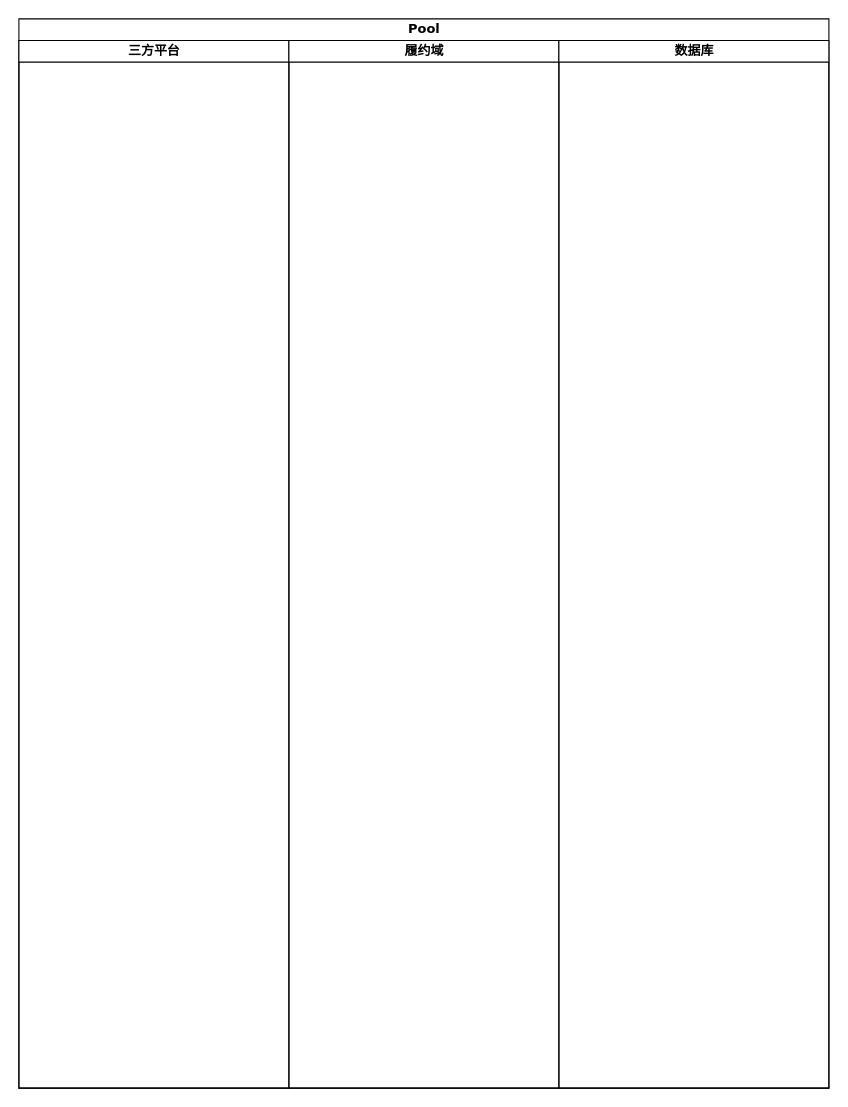
luoping110/student keeps this draw.io diagram as Untitled Diagram.drawio. Above is the earlier version. Source tidied: cells renumbered, new cells numbered last; positions are measured from the earlier drawing's top-left corner, leaving out a move shared by most shapes. Both pictures are drawn from the tidied source at 108%, with x=0, y=0 at pixel (18, 18).
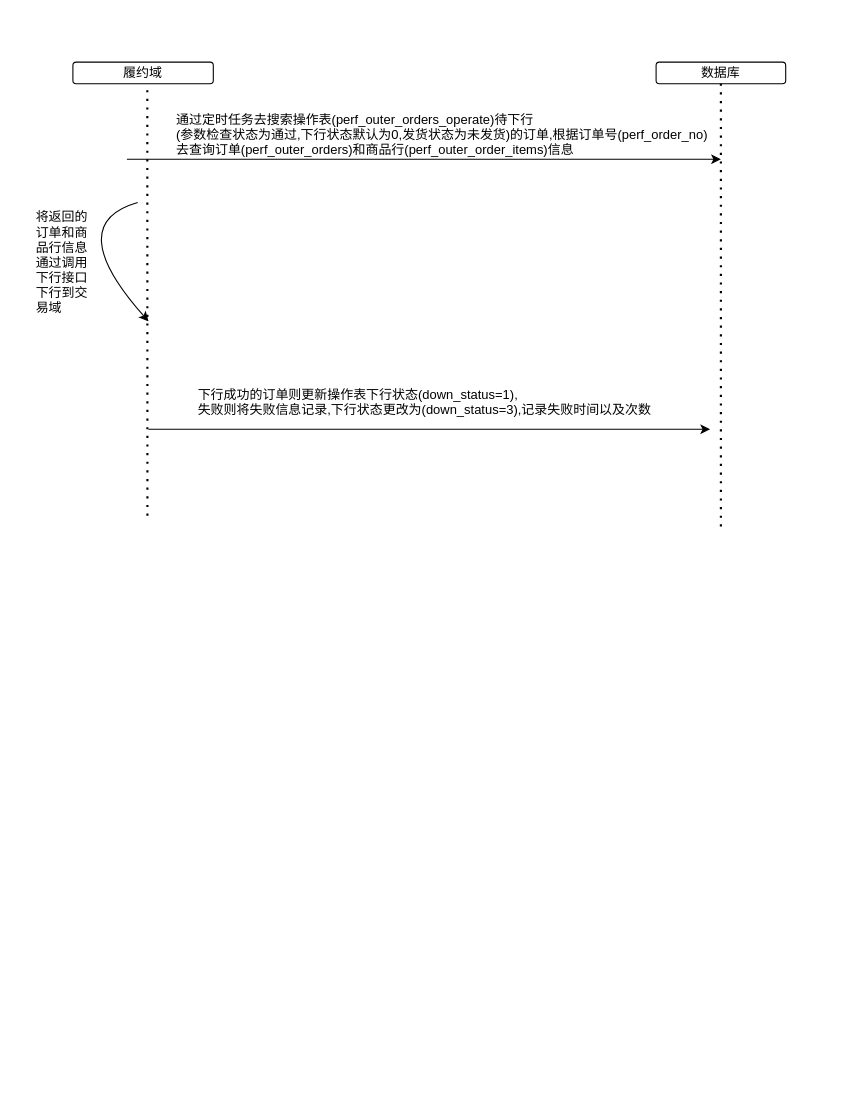
After the change.

The edit, as a diff of the source:
```diff
@@
 <mxGraphModel>
   <root>
     <mxCell id="0" />
     <mxCell id="1" parent="0" />
-    <mxCell id="2" value="Pool" style="swimlane;html=1;startSize=20;rounded=0;shadow=0;comic=0;labelBackgroundColor=none;strokeWidth=1;fontFamily=Verdana;fontSize=12;align=center;" parent="1" vertex="1">
-      <mxGeometry width="750" height="990" as="geometry" />
-    </mxCell>
-    <mxCell id="3" value="三方平台" style="swimlane;html=1;startSize=20;" parent="2" vertex="1">
-      <mxGeometry y="20" width="250" height="970" as="geometry" />
-    </mxCell>
-    <mxCell id="4" value="履约域" style="swimlane;html=1;startSize=20;" parent="2" vertex="1">
-      <mxGeometry x="250" y="20" width="250" height="970" as="geometry" />
+    <mxCell id="4" value="履约域" style="rounded=1;whiteSpace=wrap;html=1;" parent="1" vertex="1">
+      <mxGeometry x="50" y="40" width="130" height="20" as="geometry" />
     </mxCell>
-    <mxCell id="5" value="数据库" style="swimlane;html=1;startSize=20;" parent="2" vertex="1">
-      <mxGeometry x="500" y="20" width="250" height="970" as="geometry" />
+    <mxCell id="5" value="数据库" style="rounded=1;whiteSpace=wrap;html=1;" parent="1" vertex="1">
+      <mxGeometry x="590" y="40" width="120" height="20" as="geometry" />
     </mxCell>
+    <mxCell id="6" style="endArrow=none;dashed=1;html=1;dashPattern=1 3;strokeWidth=2;rounded=0;entryX=0.53;entryY=1.171;entryDx=0;entryDy=0;entryPerimeter=0;" parent="1" edge="1" target="4">
+      <mxGeometry relative="1" as="geometry">
+        <mxPoint x="119" y="460" as="sourcePoint" />
+      </mxGeometry>
+    </mxCell>
+    <mxCell id="7" style="endArrow=none;dashed=1;html=1;dashPattern=1 3;strokeWidth=2;rounded=0;entryX=0.5;entryY=1;entryDx=0;entryDy=0;" parent="1" edge="1" target="5">
+      <mxGeometry relative="1" as="geometry">
+        <mxPoint x="650" y="470" as="sourcePoint" />
+      </mxGeometry>
+    </mxCell>
+    <mxCell id="8" style="endArrow=classic;html=1;rounded=0;" parent="1" edge="1">
+      <mxGeometry relative="1" as="geometry">
+        <mxPoint x="100" y="130" as="sourcePoint" />
+        <mxPoint x="650" y="130" as="targetPoint" />
+      </mxGeometry>
+    </mxCell>
+    <mxCell id="9" value="通过定时任务去搜索操作表(perf_outer_orders_operate)待下行&#10;(参数检查状态为通过,下行状态默认为0,发货状态为未发货)的订单,根据订单号(perf_order_no)&#10;去查询订单(perf_outer_orders)和商品行(perf_outer_order_items)信息" style="text;strokeColor=none;fillColor=none;align=left;verticalAlign=top;spacingLeft=4;spacingRight=4;overflow=hidden;" parent="1" vertex="1">
+      <mxGeometry x="140" y="80" width="520" height="90" as="geometry" />
+    </mxCell>
+    <mxCell id="10" style="endArrow=classic;html=1;rounded=0;" parent="1" edge="1">
+      <mxGeometry relative="1" as="geometry">
+        <mxPoint x="120" y="380" as="sourcePoint" />
+        <mxPoint x="640" y="380" as="targetPoint" />
+      </mxGeometry>
+    </mxCell>
+    <mxCell id="11" value="&#10;下行成功的订单则更新操作表下行状态(down_status=1),&#10;失败则将失败信息记录,下行状态更改为(down_status=3),记录失败时间以及次数" style="text;strokeColor=none;fillColor=none;align=left;verticalAlign=top;spacingLeft=4;spacingRight=4;overflow=hidden;" parent="1" vertex="1">
+      <mxGeometry x="160" y="320" width="490" height="90" as="geometry" />
+    </mxCell>
+    <mxCell id="12" style="curved=1;endArrow=classic;html=1;rounded=0;" parent="1" edge="1">
+      <mxGeometry relative="1" as="geometry">
+        <mxPoint x="110" y="170" as="sourcePoint" />
+        <mxPoint x="120" y="280" as="targetPoint" />
+        <Array as="points">
+          <mxPoint x="110" y="170" />
+          <mxPoint x="40" y="190" />
+        </Array>
+      </mxGeometry>
+    </mxCell>
+    <mxCell id="13" value="将返回的&#10;订单和商&#10;品行信息&#10;通过调用&#10;下行接口&#10;下行到交&#10;易域" style="text;strokeColor=none;fillColor=none;align=left;verticalAlign=top;spacingLeft=4;spacingRight=4;overflow=hidden;" parent="1" vertex="1">
+      <mxGeometry x="10" y="170" width="60" height="120" as="geometry" />
+    </mxCell>
   </root>
 </mxGraphModel>
```
